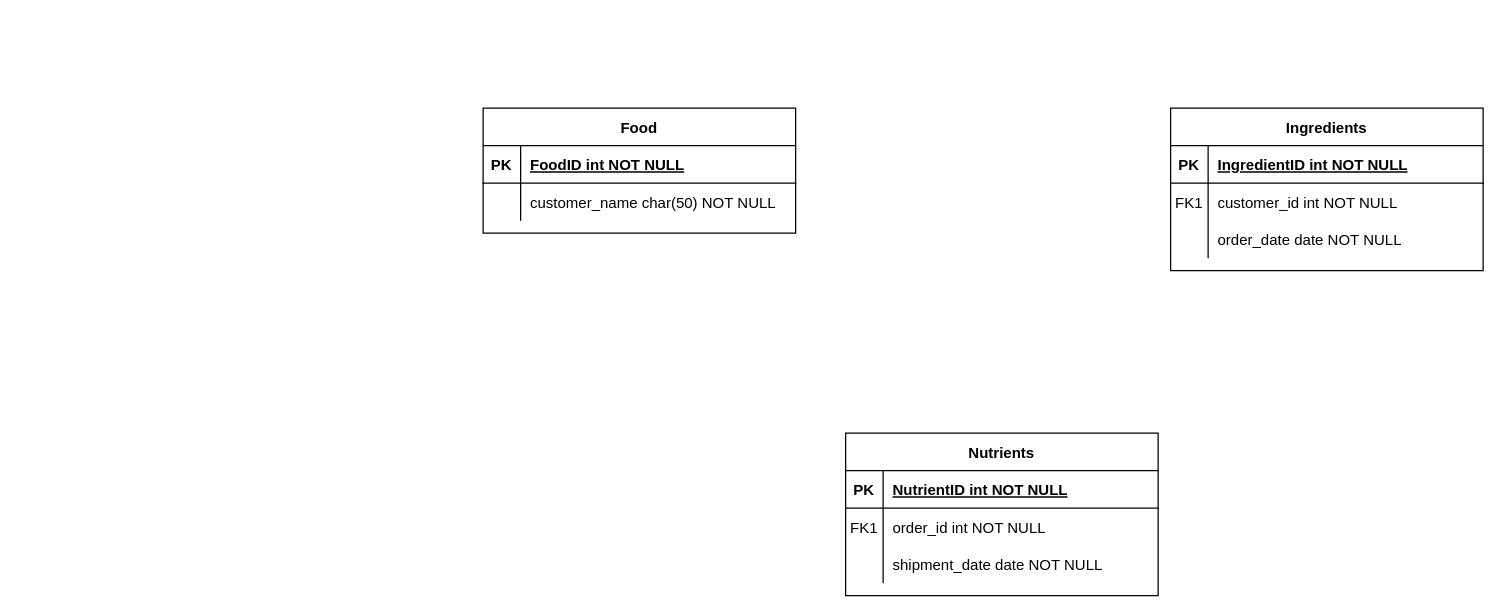
Earlier version of the draw.io diagram docs/Database Food.drawio (dod0lp/Food-Database). Source tidied: cells renumbered, new cells numbered last; positions are measured from the earlier drawing's top-left corner, leaving out a move shared by most shapes. Both pictures are drawn from the tidied source at 125%, with x=0, y=0 at pixel (482, 108).
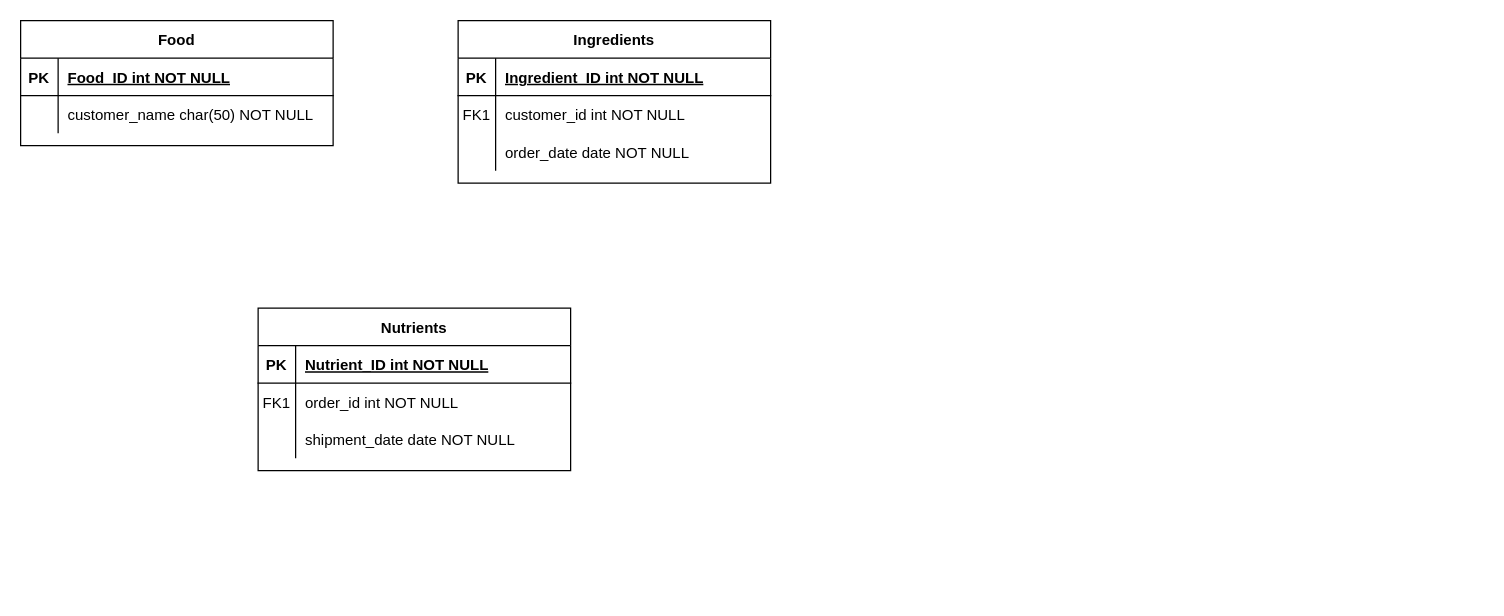
Above is the later version.

Commit message:
Editted Entity Diagram case style

Unchanged cells that the change refers to:
```xml
<mxCell id="3" style="shape=partialRectangle;fillColor=none;top=0;left=0;right=0;bottom=1;" parent="2" vertex="1">
  <mxGeometry y="30" width="250" height="30" as="geometry" />
</mxCell>
<mxCell id="13" style="shape=partialRectangle;fillColor=none;top=0;left=0;right=0;bottom=1;" parent="12" vertex="1">
  <mxGeometry y="30" width="250" height="30" as="geometry" />
</mxCell>
<mxCell id="23" style="shape=partialRectangle;fillColor=none;top=0;left=0;right=0;bottom=1;" parent="22" vertex="1">
  <mxGeometry y="30" width="250" height="30" as="geometry" />
</mxCell>
```

Diff of the diagram source:
```diff
@@
     <mxCell id="2" value="Ingredients" style="shape=table;startSize=30;childLayout=tableLayout;rowLines=0;fontStyle=1;align=center;" parent="1" vertex="1">
-      <mxGeometry x="550" width="250" height="130" as="geometry" />
+      <mxGeometry x="-20" y="-70" width="250" height="130" as="geometry" />
     </mxCell>
@@
-    <mxCell id="5" value="IngredientID int NOT NULL" style="shape=partialRectangle;overflow=hidden;fillColor=none;top=0;left=0;bottom=0;right=0;align=left;spacingLeft=6;fontStyle=5;" parent="3" vertex="1">
+    <mxCell id="5" value="Ingredient_ID int NOT NULL" style="shape=partialRectangle;overflow=hidden;fillColor=none;top=0;left=0;bottom=0;right=0;align=left;spacingLeft=6;fontStyle=5;" parent="3" vertex="1">
       <mxGeometry x="30" width="220" height="30" as="geometry" />
     </mxCell>
@@
     <mxCell id="12" value="Nutrients" style="shape=table;startSize=30;childLayout=tableLayout;rowLines=0;fontStyle=1;align=center;" parent="1" vertex="1">
-      <mxGeometry x="290" y="260" width="250" height="130" as="geometry" />
+      <mxGeometry x="-180" y="160" width="250" height="130" as="geometry" />
     </mxCell>
@@
-    <mxCell id="15" value="NutrientID int NOT NULL " style="shape=partialRectangle;overflow=hidden;fillColor=none;top=0;left=0;bottom=0;right=0;align=left;spacingLeft=6;fontStyle=5;" parent="13" vertex="1">
+    <mxCell id="15" value="Nutrient_ID int NOT NULL " style="shape=partialRectangle;overflow=hidden;fillColor=none;top=0;left=0;bottom=0;right=0;align=left;spacingLeft=6;fontStyle=5;" parent="13" vertex="1">
       <mxGeometry x="30" width="220" height="30" as="geometry" />
     </mxCell>
@@
     <mxCell id="22" value="Food" style="shape=table;startSize=30;childLayout=tableLayout;rowLines=0;fontStyle=1;align=center;" parent="1" vertex="1">
-      <mxGeometry width="250" height="100" as="geometry" />
+      <mxGeometry x="-370" y="-70" width="250" height="100" as="geometry" />
     </mxCell>
@@
-    <mxCell id="25" value="FoodID int NOT NULL" style="shape=partialRectangle;overflow=hidden;fillColor=none;top=0;left=0;bottom=0;right=0;align=left;spacingLeft=6;fontStyle=5;" parent="23" vertex="1">
+    <mxCell id="25" value="Food_ID int NOT NULL" style="shape=partialRectangle;overflow=hidden;fillColor=none;top=0;left=0;bottom=0;right=0;align=left;spacingLeft=6;fontStyle=5;" parent="23" vertex="1">
       <mxGeometry x="30" width="220" height="30" as="geometry" />
     </mxCell>
```
